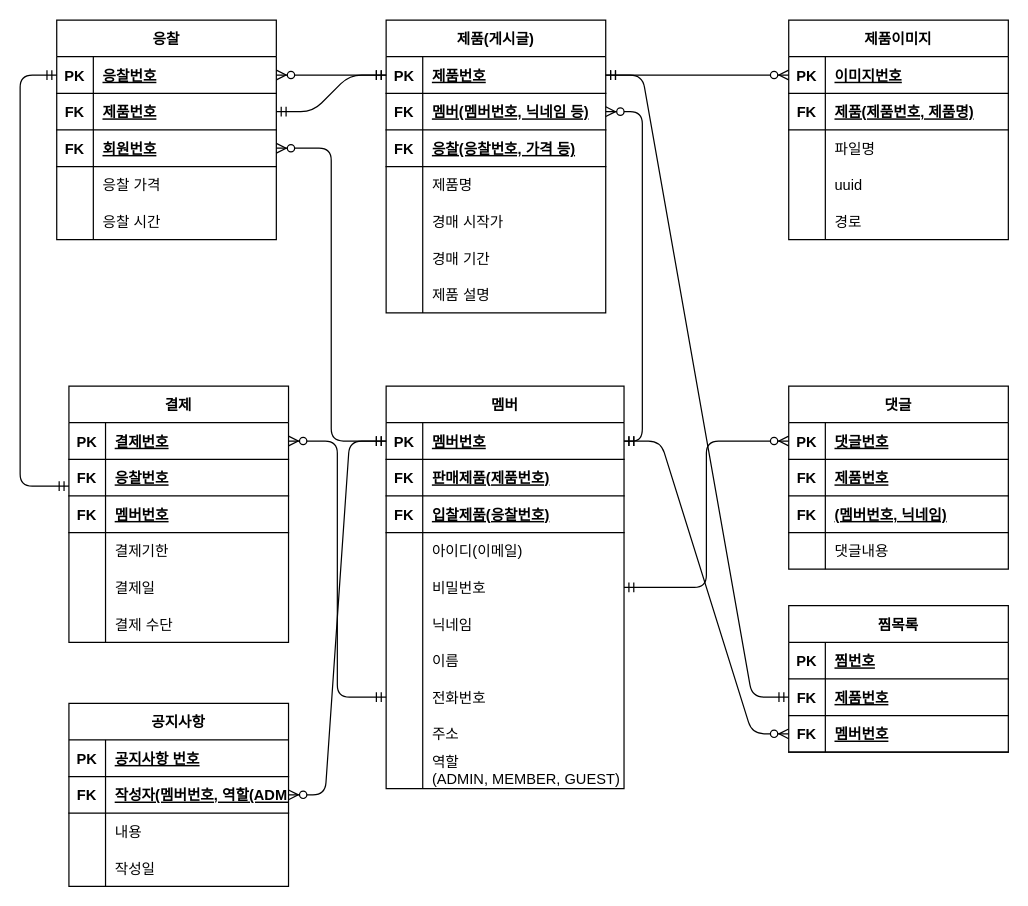
Unbbox/auctionarena keeps this draw.io diagram as page "Page-1" (1 of 2) of ERD_재인.drawio. Above is the earlier version. Source tidied: cells renumbered, new cells numbered last; positions are measured from the earlier drawing's top-left corner, leaving out a move shared by most shapes. Both pictures are drawn from the tidied source at 122%, with x=0, y=0 at pixel (20, 20).
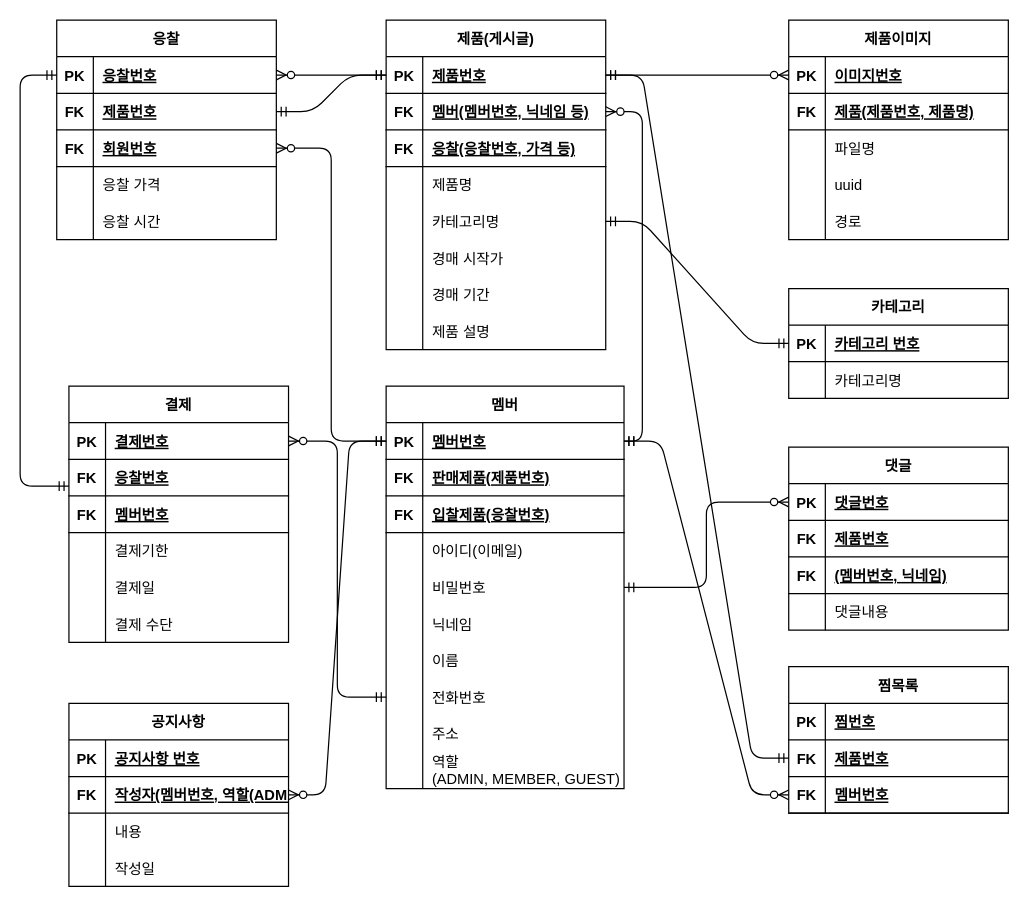
The same page after the edit.

Commit message (it also covers changes not shown here):
erd 카테고리 추가

What changed in the source:
```diff
@@
     <mxCell id="33" value="제품(게시글)" style="shape=table;startSize=30;childLayout=tableLayout;rowLines=0;fontStyle=1;align=center;" parent="1" vertex="1">
-      <mxGeometry x="300" width="180" height="240" as="geometry" />
+      <mxGeometry x="300" width="180" height="270" as="geometry" />
     </mxCell>
@@
+    <mxCell id="153" style="shape=tableRow;horizontal=0;startSize=0;swimlaneHead=0;swimlaneBody=0;fillColor=none;points=[[0,0.5],[1,0.5]];portConstraint=eastwest;top=0;left=0;right=0;bottom=0;" parent="33" vertex="1">
+      <mxGeometry y="150" width="180" height="30" as="geometry" />
+    </mxCell>
+    <mxCell id="154" style="shape=partialRectangle;fillColor=none;top=0;left=0;bottom=0;right=0;overflow=hidden;" parent="153" vertex="1">
+      <mxGeometry width="30" height="30" as="geometry" />
+    </mxCell>
+    <mxCell id="155" value="카테고리명" style="shape=partialRectangle;fillColor=none;top=0;left=0;bottom=0;right=0;align=left;spacingLeft=6;overflow=hidden;" parent="153" vertex="1">
+      <mxGeometry x="30" width="150" height="30" as="geometry" />
+    </mxCell>
     <mxCell id="46" style="shape=tableRow;horizontal=0;startSize=0;swimlaneHead=0;swimlaneBody=0;fillColor=none;top=0;left=0;right=0;bottom=0;" parent="33" vertex="1">
-      <mxGeometry y="150" width="180" height="30" as="geometry" />
+      <mxGeometry y="180" width="180" height="30" as="geometry" />
     </mxCell>
@@
     <mxCell id="49" style="shape=tableRow;horizontal=0;startSize=0;swimlaneHead=0;swimlaneBody=0;fillColor=none;top=0;left=0;right=0;bottom=0;" parent="33" vertex="1">
-      <mxGeometry y="180" width="180" height="30" as="geometry" />
+      <mxGeometry y="210" width="180" height="30" as="geometry" />
     </mxCell>
@@
     <mxCell id="52" style="shape=tableRow;horizontal=0;startSize=0;swimlaneHead=0;swimlaneBody=0;fillColor=none;top=0;left=0;right=0;bottom=0;" parent="33" vertex="1">
-      <mxGeometry y="210" width="180" height="30" as="geometry" />
+      <mxGeometry y="240" width="180" height="30" as="geometry" />
     </mxCell>
@@
     <mxCell id="55" value="댓글" style="shape=table;startSize=30;childLayout=tableLayout;rowLines=0;fontStyle=1;align=center;" parent="1" vertex="1">
-      <mxGeometry x="630" y="300" width="180" height="150" as="geometry" />
+      <mxGeometry x="630" y="350" width="180" height="150" as="geometry" />
     </mxCell>
@@
     <mxCell id="139" value="찜목록" style="shape=table;startSize=30;childLayout=tableLayout;rowLines=0;fontStyle=1;align=center;" parent="1" vertex="1">
-      <mxGeometry x="630" y="480" width="180" height="120" as="geometry" />
+      <mxGeometry x="630" y="530" width="180" height="120" as="geometry" />
     </mxCell>
@@
+    <mxCell id="156" value="카테고리" style="shape=table;startSize=30;childLayout=tableLayout;rowLines=0;fontStyle=1;align=center;" parent="1" vertex="1">
+      <mxGeometry x="630" y="220" width="180" height="90" as="geometry" />
+    </mxCell>
+    <mxCell id="157" style="shape=tableRow;horizontal=0;startSize=0;swimlaneHead=0;swimlaneBody=0;fillColor=none;points=[[0,0.5],[1,0.5]];portConstraint=eastwest;top=0;left=0;right=0;bottom=1;" parent="156" vertex="1">
+      <mxGeometry y="30" width="180" height="30" as="geometry" />
+    </mxCell>
+    <mxCell id="158" value="PK" style="shape=partialRectangle;fillColor=none;top=0;left=0;bottom=0;right=0;fontStyle=1;overflow=hidden;" parent="157" vertex="1">
+      <mxGeometry width="30" height="30" as="geometry" />
+    </mxCell>
+    <mxCell id="159" value="카테고리 번호" style="shape=partialRectangle;fillColor=none;top=0;left=0;bottom=0;right=0;align=left;spacingLeft=6;fontStyle=5;overflow=hidden;" parent="157" vertex="1">
+      <mxGeometry x="30" width="150" height="30" as="geometry" />
+    </mxCell>
+    <mxCell id="160" style="shape=tableRow;horizontal=0;startSize=0;swimlaneHead=0;swimlaneBody=0;fillColor=none;top=0;left=0;right=0;bottom=0;" parent="156" vertex="1">
+      <mxGeometry y="60" width="180" height="30" as="geometry" />
+    </mxCell>
+    <mxCell id="161" style="shape=partialRectangle;fillColor=none;top=0;left=0;bottom=0;right=0;overflow=hidden;" parent="160" vertex="1">
+      <mxGeometry width="30" height="30" as="geometry" />
+    </mxCell>
+    <mxCell id="162" value="카테고리명" style="shape=partialRectangle;fillColor=none;top=0;left=0;bottom=0;right=0;align=left;spacingLeft=6;overflow=hidden;" parent="160" vertex="1">
+      <mxGeometry x="30" width="150" height="30" as="geometry" />
+    </mxCell>
+    <mxCell id="163" style="edgeStyle=entityRelationEdgeStyle;fontSize=12;html=1;endArrow=ERmandOne;startArrow=ERmandOne;exitX=1;exitY=0.5;exitDx=0;exitDy=0;entryX=0;entryY=0.5;entryDx=0;entryDy=0;" parent="1" edge="1" source="153" target="157">
+      <mxGeometry relative="1" as="geometry" />
+    </mxCell>
```
